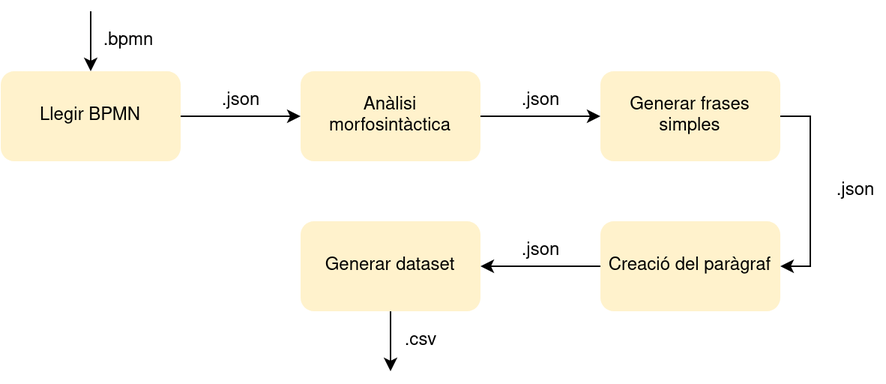
Before: resources/software-modules.png, a diagram exported from draw.io (guillempla/bpmn-to-text). Source tidied: cells renumbered, new cells last; positions are measured from the earlier drawing's top-left corner, leaving out a move shared by most shapes. Source of this version:
```xml
<mxGraphModel>
  <root>
    <mxCell id="0" />
    <mxCell id="1" parent="0" />
    <mxCell id="2" style="edgeStyle=orthogonalEdgeStyle;rounded=0;jettySize=auto;html=1;" parent="1" edge="1" source="3" target="5">
      <mxGeometry relative="1" as="geometry" />
    </mxCell>
    <mxCell id="3" value="Llegir BPMN" style="rounded=1;whiteSpace=wrap;html=1;fillColor=#fff2cc;strokeColor=none;glass=0;shadow=0;sketch=0;" parent="1" vertex="1">
      <mxGeometry y="40" width="120" height="60" as="geometry" />
    </mxCell>
    <mxCell id="4" style="edgeStyle=orthogonalEdgeStyle;rounded=0;jettySize=auto;html=1;" parent="1" edge="1" source="5" target="7">
      <mxGeometry relative="1" as="geometry" />
    </mxCell>
    <mxCell id="5" value="&lt;div&gt;Anàlisi morfosintàctica&lt;/div&gt;" style="rounded=1;whiteSpace=wrap;html=1;fillColor=#fff2cc;strokeColor=none;glass=0;shadow=0;sketch=0;" parent="1" vertex="1">
      <mxGeometry x="200" y="40" width="120" height="60" as="geometry" />
    </mxCell>
    <mxCell id="6" style="edgeStyle=orthogonalEdgeStyle;rounded=0;jettySize=auto;html=1;" parent="1" edge="1" source="7" target="9">
      <mxGeometry relative="1" as="geometry">
        <Array as="points">
          <mxPoint x="540" y="70" />
          <mxPoint x="540" y="170" />
        </Array>
      </mxGeometry>
    </mxCell>
    <mxCell id="7" value="&lt;div&gt;Generar frases simples&lt;/div&gt;" style="rounded=1;whiteSpace=wrap;html=1;fillColor=#fff2cc;strokeColor=none;glass=0;shadow=0;sketch=0;" parent="1" vertex="1">
      <mxGeometry x="400" y="40" width="120" height="60" as="geometry" />
    </mxCell>
    <mxCell id="8" style="edgeStyle=orthogonalEdgeStyle;rounded=0;jettySize=auto;html=1;" parent="1" edge="1" source="9" target="11">
      <mxGeometry relative="1" as="geometry" />
    </mxCell>
    <mxCell id="9" value="Creació del paràgraf" style="rounded=1;whiteSpace=wrap;html=1;fillColor=#fff2cc;strokeColor=none;glass=0;shadow=0;sketch=0;" parent="1" vertex="1">
      <mxGeometry x="400" y="140" width="120" height="60" as="geometry" />
    </mxCell>
    <mxCell id="10" style="edgeStyle=orthogonalEdgeStyle;rounded=0;jettySize=auto;html=1;" parent="1" edge="1" source="11">
      <mxGeometry relative="1" as="geometry">
        <mxPoint x="260" y="240" as="targetPoint" />
      </mxGeometry>
    </mxCell>
    <mxCell id="11" value="Generar dataset" style="rounded=1;whiteSpace=wrap;html=1;fillColor=#fff2cc;strokeColor=none;glass=0;shadow=0;sketch=0;" parent="1" vertex="1">
      <mxGeometry x="200" y="140" width="120" height="60" as="geometry" />
    </mxCell>
    <mxCell id="12" style="endArrow=classic;html=1;rounded=0;entryX=0.5;entryY=0;entryDx=0;entryDy=0;" parent="1" edge="1" target="3">
      <mxGeometry relative="1" as="geometry">
        <mxPoint x="60" as="sourcePoint" />
      </mxGeometry>
    </mxCell>
    <mxCell id="13" value=".bpmn" style="text;html=1;align=center;verticalAlign=middle;strokeColor=none;fillColor=none;" parent="1" vertex="1">
      <mxGeometry x="60" y="10" width="50" height="20" as="geometry" />
    </mxCell>
    <mxCell id="14" value="&lt;div&gt;.json&lt;/div&gt;" style="text;html=1;align=center;verticalAlign=middle;strokeColor=none;fillColor=none;" parent="1" vertex="1">
      <mxGeometry x="140" y="50" width="40" height="20" as="geometry" />
    </mxCell>
    <mxCell id="15" value=".json" style="text;html=1;align=center;verticalAlign=middle;strokeColor=none;fillColor=none;" parent="1" vertex="1">
      <mxGeometry x="340" y="50" width="40" height="20" as="geometry" />
    </mxCell>
    <mxCell id="16" value="&lt;div&gt;.json&lt;/div&gt;" style="text;html=1;align=center;verticalAlign=middle;strokeColor=none;fillColor=none;" parent="1" vertex="1">
      <mxGeometry x="550" y="110" width="40" height="20" as="geometry" />
    </mxCell>
    <mxCell id="17" value=".json" style="text;html=1;align=center;verticalAlign=middle;strokeColor=none;fillColor=none;" parent="1" vertex="1">
      <mxGeometry x="340" y="150" width="40" height="20" as="geometry" />
    </mxCell>
    <mxCell id="18" value=".csv" style="text;html=1;align=center;verticalAlign=middle;strokeColor=none;fillColor=none;" parent="1" vertex="1">
      <mxGeometry x="260" y="210" width="40" height="20" as="geometry" />
    </mxCell>
  </root>
</mxGraphModel>
```
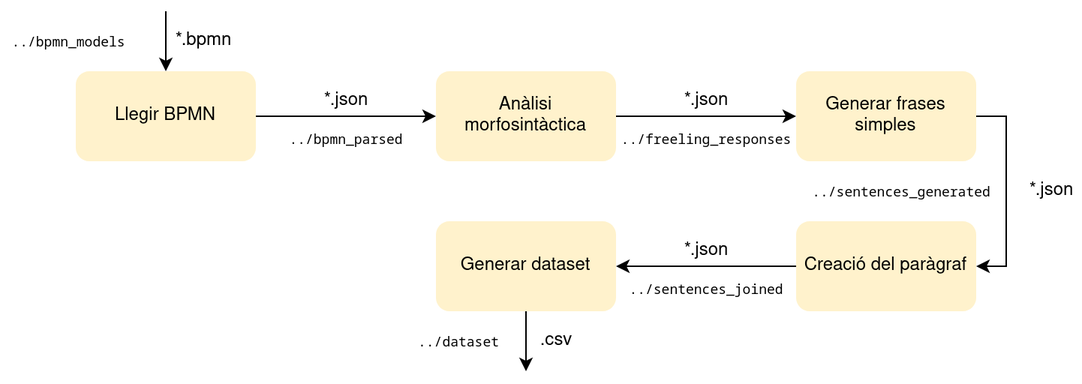
Later version of the same file.

Commit message:
Updated memory with changes to module diagram

What changed in the source:
```diff
@@ -6,7 +6,7 @@
       <mxGeometry relative="1" as="geometry" />
     </mxCell>
     <mxCell id="3" value="Llegir BPMN" style="rounded=1;whiteSpace=wrap;html=1;fillColor=#fff2cc;strokeColor=none;glass=0;shadow=0;sketch=0;" parent="1" vertex="1">
-      <mxGeometry y="40" width="120" height="60" as="geometry" />
+      <mxGeometry x="-40" y="40" width="120" height="60" as="geometry" />
     </mxCell>
     <mxCell id="4" style="edgeStyle=orthogonalEdgeStyle;rounded=0;jettySize=auto;html=1;" parent="1" edge="1" source="5" target="7">
       <mxGeometry relative="1" as="geometry" />
@@ -17,19 +17,19 @@
     <mxCell id="6" style="edgeStyle=orthogonalEdgeStyle;rounded=0;jettySize=auto;html=1;" parent="1" edge="1" source="7" target="9">
       <mxGeometry relative="1" as="geometry">
         <Array as="points">
-          <mxPoint x="540" y="70" />
-          <mxPoint x="540" y="170" />
+          <mxPoint x="580" y="70" />
+          <mxPoint x="580" y="170" />
         </Array>
       </mxGeometry>
     </mxCell>
     <mxCell id="7" value="&lt;div&gt;Generar frases simples&lt;/div&gt;" style="rounded=1;whiteSpace=wrap;html=1;fillColor=#fff2cc;strokeColor=none;glass=0;shadow=0;sketch=0;" parent="1" vertex="1">
-      <mxGeometry x="400" y="40" width="120" height="60" as="geometry" />
+      <mxGeometry x="440" y="40" width="120" height="60" as="geometry" />
     </mxCell>
     <mxCell id="8" style="edgeStyle=orthogonalEdgeStyle;rounded=0;jettySize=auto;html=1;" parent="1" edge="1" source="9" target="11">
       <mxGeometry relative="1" as="geometry" />
     </mxCell>
     <mxCell id="9" value="Creació del paràgraf" style="rounded=1;whiteSpace=wrap;html=1;fillColor=#fff2cc;strokeColor=none;glass=0;shadow=0;sketch=0;" parent="1" vertex="1">
-      <mxGeometry x="400" y="140" width="120" height="60" as="geometry" />
+      <mxGeometry x="440" y="140" width="120" height="60" as="geometry" />
     </mxCell>
     <mxCell id="10" style="edgeStyle=orthogonalEdgeStyle;rounded=0;jettySize=auto;html=1;" parent="1" edge="1" source="11">
       <mxGeometry relative="1" as="geometry">
@@ -41,26 +41,44 @@
     </mxCell>
     <mxCell id="12" style="endArrow=classic;html=1;rounded=0;entryX=0.5;entryY=0;entryDx=0;entryDy=0;" parent="1" edge="1" target="3">
       <mxGeometry relative="1" as="geometry">
-        <mxPoint x="60" as="sourcePoint" />
+        <mxPoint x="20" as="sourcePoint" />
       </mxGeometry>
     </mxCell>
-    <mxCell id="13" value=".bpmn" style="text;html=1;align=center;verticalAlign=middle;strokeColor=none;fillColor=none;" parent="1" vertex="1">
-      <mxGeometry x="60" y="10" width="50" height="20" as="geometry" />
+    <mxCell id="13" value="*.bpmn" style="text;html=1;align=center;verticalAlign=middle;strokeColor=none;fillColor=none;" parent="1" vertex="1">
+      <mxGeometry x="20" y="10" width="50" height="20" as="geometry" />
     </mxCell>
-    <mxCell id="14" value="&lt;div&gt;.json&lt;/div&gt;" style="text;html=1;align=center;verticalAlign=middle;strokeColor=none;fillColor=none;" parent="1" vertex="1">
-      <mxGeometry x="140" y="50" width="40" height="20" as="geometry" />
+    <mxCell id="14" value="*.json" style="text;html=1;align=center;verticalAlign=middle;strokeColor=none;fillColor=none;" parent="1" vertex="1">
+      <mxGeometry x="120" y="50" width="40" height="20" as="geometry" />
     </mxCell>
-    <mxCell id="15" value=".json" style="text;html=1;align=center;verticalAlign=middle;strokeColor=none;fillColor=none;" parent="1" vertex="1">
-      <mxGeometry x="340" y="50" width="40" height="20" as="geometry" />
+    <mxCell id="15" value="*.json" style="text;html=1;align=center;verticalAlign=middle;strokeColor=none;fillColor=none;" parent="1" vertex="1">
+      <mxGeometry x="360" y="50" width="40" height="20" as="geometry" />
     </mxCell>
-    <mxCell id="16" value="&lt;div&gt;.json&lt;/div&gt;" style="text;html=1;align=center;verticalAlign=middle;strokeColor=none;fillColor=none;" parent="1" vertex="1">
-      <mxGeometry x="550" y="110" width="40" height="20" as="geometry" />
+    <mxCell id="16" value="&lt;div&gt;*.json&lt;/div&gt;" style="text;html=1;align=center;verticalAlign=middle;strokeColor=none;fillColor=none;" parent="1" vertex="1">
+      <mxGeometry x="590" y="110" width="40" height="20" as="geometry" />
     </mxCell>
-    <mxCell id="17" value=".json" style="text;html=1;align=center;verticalAlign=middle;strokeColor=none;fillColor=none;" parent="1" vertex="1">
-      <mxGeometry x="340" y="150" width="40" height="20" as="geometry" />
+    <mxCell id="17" value="*.json" style="text;html=1;align=center;verticalAlign=middle;strokeColor=none;fillColor=none;" parent="1" vertex="1">
+      <mxGeometry x="360" y="150" width="40" height="20" as="geometry" />
     </mxCell>
     <mxCell id="18" value=".csv" style="text;html=1;align=center;verticalAlign=middle;strokeColor=none;fillColor=none;" parent="1" vertex="1">
       <mxGeometry x="260" y="210" width="40" height="20" as="geometry" />
     </mxCell>
+    <mxCell id="19" value="&lt;pre style=&quot;font-size: 9px&quot;&gt;&lt;font style=&quot;font-size: 9px&quot;&gt;../bpmn_models&lt;/font&gt;&lt;/pre&gt;" style="text;html=1;align=center;verticalAlign=middle;strokeColor=none;fillColor=none;" parent="1" vertex="1">
+      <mxGeometry x="-90" width="90" height="40" as="geometry" />
+    </mxCell>
+    <mxCell id="20" value="&lt;pre&gt;../bpmn_parsed&lt;/pre&gt;" style="text;html=1;align=center;verticalAlign=middle;strokeColor=none;fillColor=none;fontSize=9;" parent="1" vertex="1">
+      <mxGeometry x="95" y="70" width="90" height="30" as="geometry" />
+    </mxCell>
+    <mxCell id="21" value="&lt;pre&gt;../freeling_responses&lt;br&gt;&lt;/pre&gt;" style="text;html=1;align=center;verticalAlign=middle;strokeColor=none;fillColor=none;fontSize=9;" parent="1" vertex="1">
+      <mxGeometry x="315" y="70" width="130" height="30" as="geometry" />
+    </mxCell>
+    <mxCell id="22" value="&lt;pre&gt;../sentences_generated&lt;br&gt;&lt;/pre&gt;" style="text;html=1;align=center;verticalAlign=middle;strokeColor=none;fillColor=none;fontSize=9;" parent="1" vertex="1">
+      <mxGeometry x="445" y="105" width="130" height="30" as="geometry" />
+    </mxCell>
+    <mxCell id="23" value="&lt;pre&gt;../sentences_joined&lt;br&gt;&lt;/pre&gt;" style="text;html=1;align=center;verticalAlign=middle;strokeColor=none;fillColor=none;fontSize=9;" parent="1" vertex="1">
+      <mxGeometry x="320" y="170" width="120" height="30" as="geometry" />
+    </mxCell>
+    <mxCell id="24" value="&lt;pre&gt;../dataset&lt;/pre&gt;" style="text;html=1;align=center;verticalAlign=middle;strokeColor=none;fillColor=none;fontSize=9;" parent="1" vertex="1">
+      <mxGeometry x="180" y="205" width="70" height="30" as="geometry" />
+    </mxCell>
   </root>
 </mxGraphModel>
```
